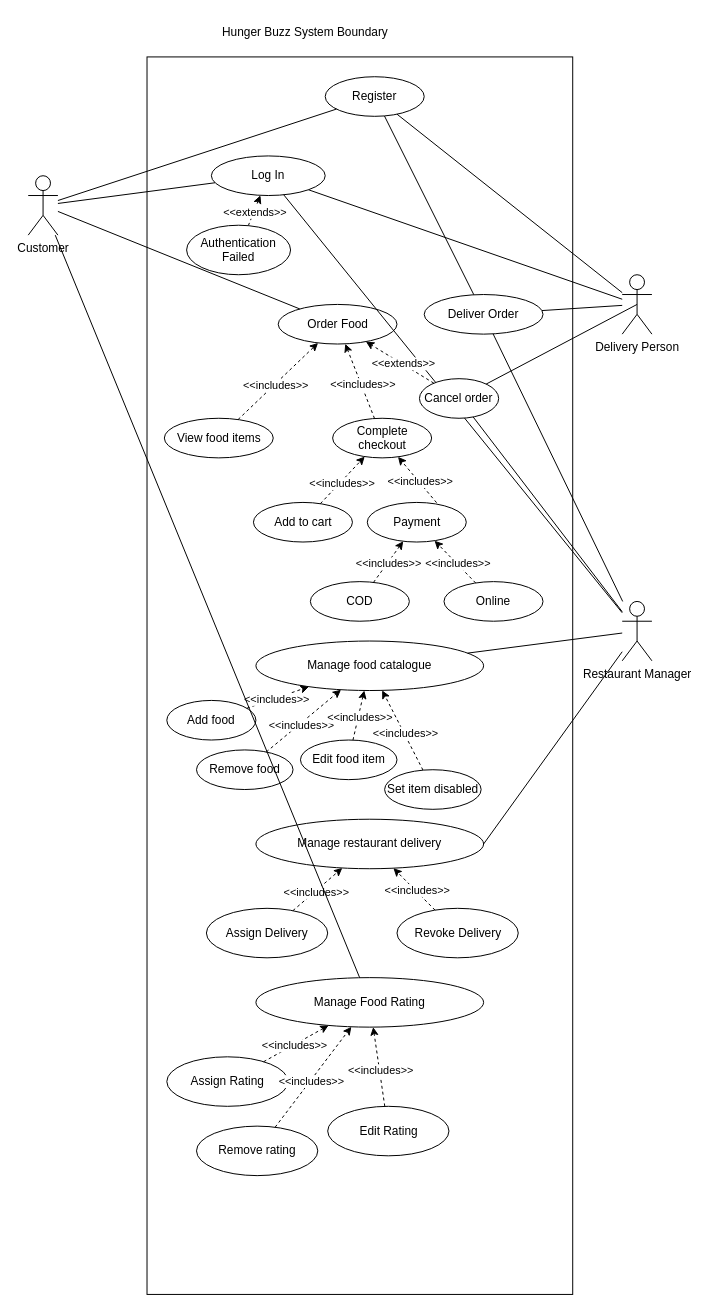
Before: diagrams/Use Case/Use Case UML - detailed.drawio in callofthewild/hunger-buzz, a draw.io diagram. Source tidied: cells renumbered, new cells numbered last; positions are measured from the earlier drawing's top-left corner, leaving out a move shared by most shapes. Both pictures are drawn from the tidied source at 99%, with x=0, y=0 at pixel (28, 17).
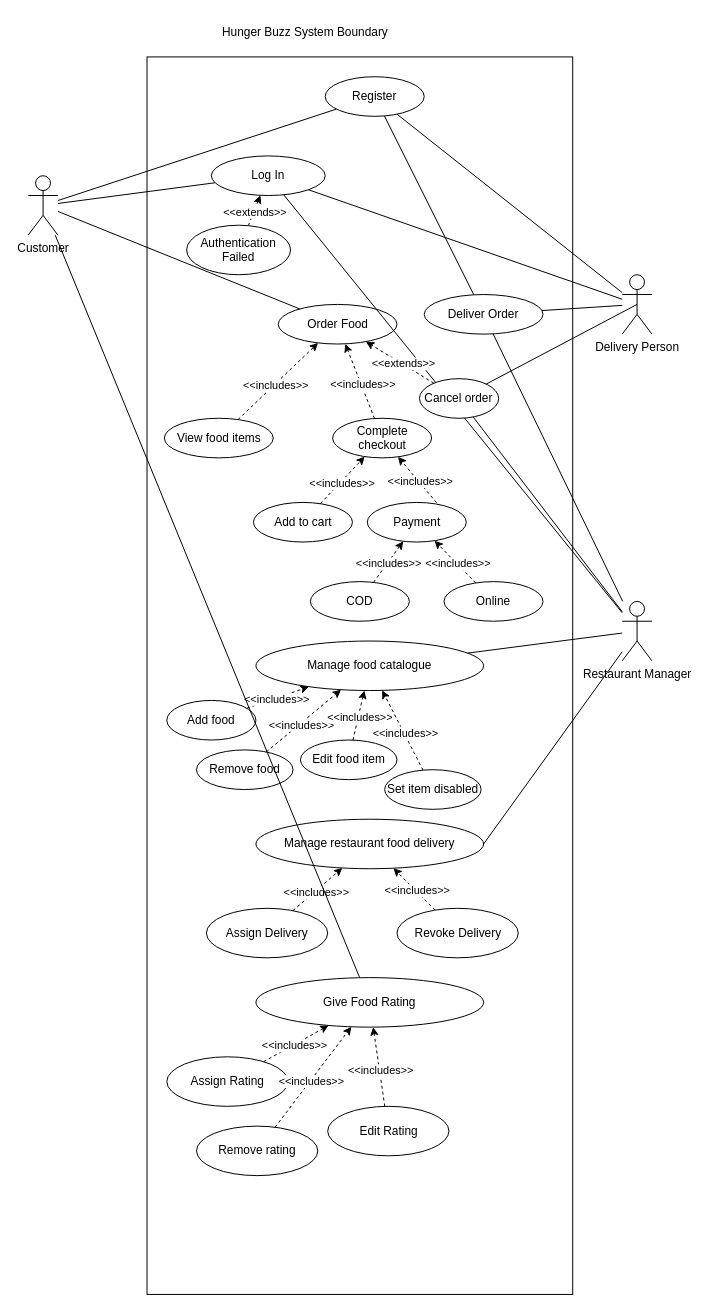
After the change.

Change to the diagram source:
```diff
@@
-    <mxCell id="34" value="Manage restaurant delivery" style="ellipse;whiteSpace=wrap;html=1;" parent="1" vertex="1">
+    <mxCell id="34" value="Manage restaurant food delivery" style="ellipse;whiteSpace=wrap;html=1;" parent="1" vertex="1">
       <mxGeometry x="230" y="810" width="230" height="50" as="geometry" />
     </mxCell>
@@
-    <mxCell id="49" value="Manage Food Rating" style="ellipse;whiteSpace=wrap;html=1;" parent="1" vertex="1">
+    <mxCell id="49" value="Give Food Rating" style="ellipse;whiteSpace=wrap;html=1;" parent="1" vertex="1">
       <mxGeometry x="230" y="970" width="230" height="50" as="geometry" />
     </mxCell>
```
